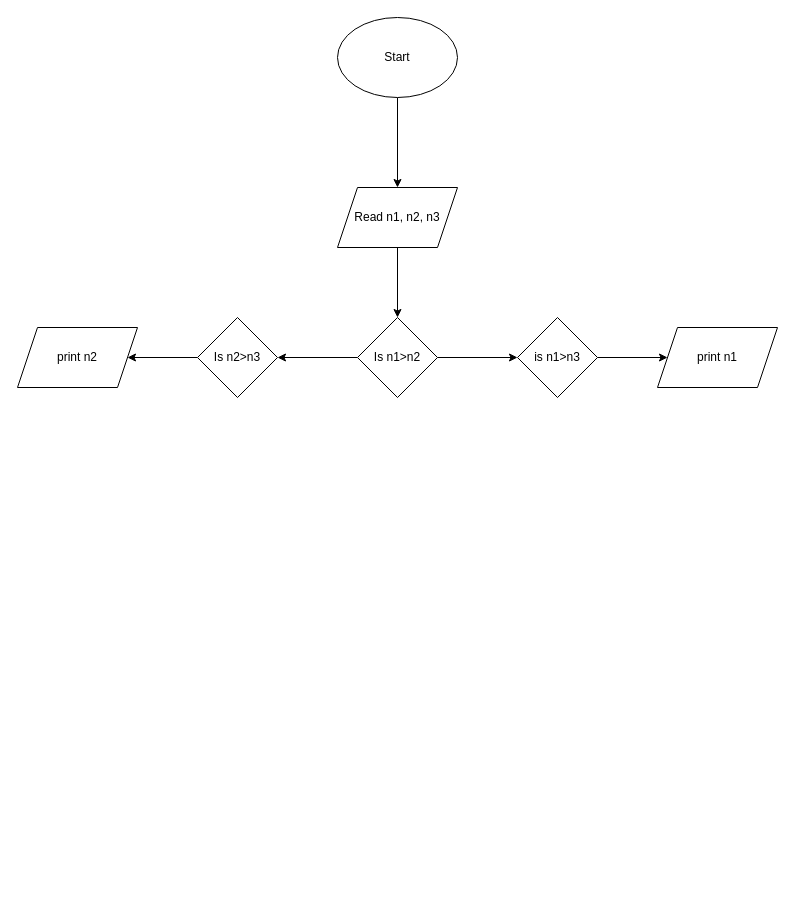
Above: Untitled Diagram.drawio in Ali-Haider8/JavaBasicExamples (draw.io), before the change. Source tidied: cells renumbered, new cells numbered last; positions are measured from the earlier drawing's top-left corner, leaving out a move shared by most shapes. Both pictures are drawn from the tidied source at 100%, with x=0, y=0 at pixel (17, 17).
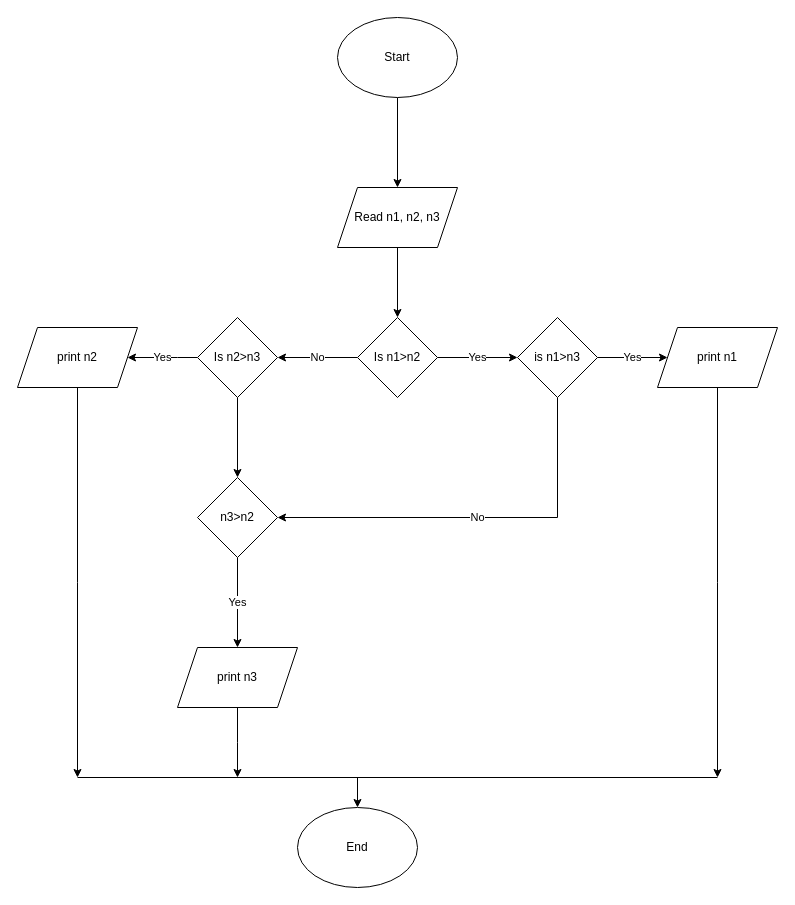
After the change.

Unchanged cells that the change refers to:
```xml
<mxCell id="8" value="Is n1&amp;gt;n2" style="rhombus;whiteSpace=wrap;html=1;" parent="1" vertex="1">
  <mxGeometry x="340" y="300" width="80" height="80" as="geometry" />
</mxCell>
<mxCell id="10" value="is n1&amp;gt;n3" style="rhombus;whiteSpace=wrap;html=1;" parent="1" vertex="1">
  <mxGeometry x="500" y="300" width="80" height="80" as="geometry" />
</mxCell>
<mxCell id="11" value="print n1" style="shape=parallelogram;perimeter=parallelogramPerimeter;whiteSpace=wrap;html=1;fixedSize=1;" parent="1" vertex="1">
  <mxGeometry x="640" y="310" width="120" height="60" as="geometry" />
</mxCell>
<mxCell id="13" value="Is n2&amp;gt;n3" style="rhombus;whiteSpace=wrap;html=1;" parent="1" vertex="1">
  <mxGeometry x="180" y="300" width="80" height="80" as="geometry" />
</mxCell>
<mxCell id="14" value="print n2" style="shape=parallelogram;perimeter=parallelogramPerimeter;whiteSpace=wrap;html=1;fixedSize=1;" parent="1" vertex="1">
  <mxGeometry y="310" width="120" height="60" as="geometry" />
</mxCell>
```

What changed in the source:
```diff
@@
-    <mxCell id="6" style="edgeStyle=orthogonalEdgeStyle;rounded=0;jettySize=auto;html=1;" parent="1" edge="1" source="8" target="10">
+    <mxCell id="6" value="Yes" style="edgeStyle=orthogonalEdgeStyle;rounded=0;jettySize=auto;html=1;" parent="1" edge="1" source="8" target="10">
       <mxGeometry relative="1" as="geometry" />
     </mxCell>
-    <mxCell id="7" style="edgeStyle=orthogonalEdgeStyle;rounded=0;jettySize=auto;html=1;" parent="1" edge="1" source="8" target="13">
+    <mxCell id="7" value="No" style="edgeStyle=orthogonalEdgeStyle;rounded=0;jettySize=auto;html=1;" parent="1" edge="1" source="8" target="13">
       <mxGeometry relative="1" as="geometry" />
     </mxCell>
@@
-    <mxCell id="9" style="edgeStyle=orthogonalEdgeStyle;rounded=0;jettySize=auto;html=1;" parent="1" edge="1" source="10" target="11">
+    <mxCell id="9" value="Yes" style="edgeStyle=orthogonalEdgeStyle;rounded=0;jettySize=auto;html=1;" parent="1" edge="1" source="10" target="11">
       <mxGeometry relative="1" as="geometry" />
     </mxCell>
+    <mxCell id="15" value="No" style="edgeStyle=orthogonalEdgeStyle;rounded=0;jettySize=auto;html=1;exitX=0.5;exitY=1;exitDx=0;exitDy=0;entryX=1;entryY=0.5;entryDx=0;entryDy=0;" parent="1" edge="1" source="10" target="20">
+      <mxGeometry relative="1" as="geometry" />
+    </mxCell>
@@
+    <mxCell id="16" style="edgeStyle=orthogonalEdgeStyle;rounded=0;jettySize=auto;html=1;" parent="1" edge="1" source="11">
+      <mxGeometry relative="1" as="geometry">
+        <mxPoint x="700" y="760" as="targetPoint" />
+      </mxGeometry>
+    </mxCell>
@@
-    <mxCell id="12" style="edgeStyle=orthogonalEdgeStyle;rounded=0;jettySize=auto;html=1;" parent="1" edge="1" source="13" target="14">
-      <mxGeometry relative="1" as="geometry" />
+    <mxCell id="12" value="Yes" style="edgeStyle=orthogonalEdgeStyle;rounded=0;jettySize=auto;html=1;" parent="1" edge="1" source="13" target="14">
+      <mxGeometry relative="1" as="geometry">
+        <Array as="points">
+          <mxPoint x="160" y="340" />
+          <mxPoint x="160" y="340" />
+        </Array>
+      </mxGeometry>
     </mxCell>
+    <mxCell id="17" style="edgeStyle=orthogonalEdgeStyle;rounded=0;jettySize=auto;html=1;" parent="1" edge="1" source="13" target="20">
+      <mxGeometry relative="1" as="geometry" />
+    </mxCell>
@@
+    <mxCell id="18" style="edgeStyle=orthogonalEdgeStyle;rounded=0;jettySize=auto;html=1;" parent="1" edge="1" source="14">
+      <mxGeometry relative="1" as="geometry">
+        <mxPoint x="60" y="760" as="targetPoint" />
+      </mxGeometry>
+    </mxCell>
@@
+    <mxCell id="19" value="Yes" style="edgeStyle=orthogonalEdgeStyle;rounded=0;jettySize=auto;html=1;" parent="1" edge="1" source="20" target="22">
+      <mxGeometry relative="1" as="geometry" />
+    </mxCell>
+    <mxCell id="20" value="n3&amp;gt;n2" style="rhombus;whiteSpace=wrap;html=1;" parent="1" vertex="1">
+      <mxGeometry x="180" y="460" width="80" height="80" as="geometry" />
+    </mxCell>
+    <mxCell id="21" style="edgeStyle=orthogonalEdgeStyle;rounded=0;jettySize=auto;html=1;" parent="1" edge="1" source="22">
+      <mxGeometry relative="1" as="geometry">
+        <mxPoint x="220" y="760" as="targetPoint" />
+      </mxGeometry>
+    </mxCell>
+    <mxCell id="22" value="print n3" style="shape=parallelogram;perimeter=parallelogramPerimeter;whiteSpace=wrap;html=1;fixedSize=1;" parent="1" vertex="1">
+      <mxGeometry x="160" y="630" width="120" height="60" as="geometry" />
+    </mxCell>
+    <mxCell id="23" style="endArrow=none;html=1;rounded=0;" parent="1" edge="1">
+      <mxGeometry relative="1" as="geometry">
+        <mxPoint x="60" y="760" as="sourcePoint" />
+        <mxPoint x="700" y="760" as="targetPoint" />
+      </mxGeometry>
+    </mxCell>
+    <mxCell id="24" style="endArrow=classic;html=1;rounded=0;" parent="1" edge="1" target="25">
+      <mxGeometry relative="1" as="geometry">
+        <mxPoint x="340" y="760" as="sourcePoint" />
+      </mxGeometry>
+    </mxCell>
+    <mxCell id="25" value="End" style="ellipse;whiteSpace=wrap;html=1;" parent="1" vertex="1">
+      <mxGeometry x="280" y="790" width="120" height="80" as="geometry" />
+    </mxCell>
```
